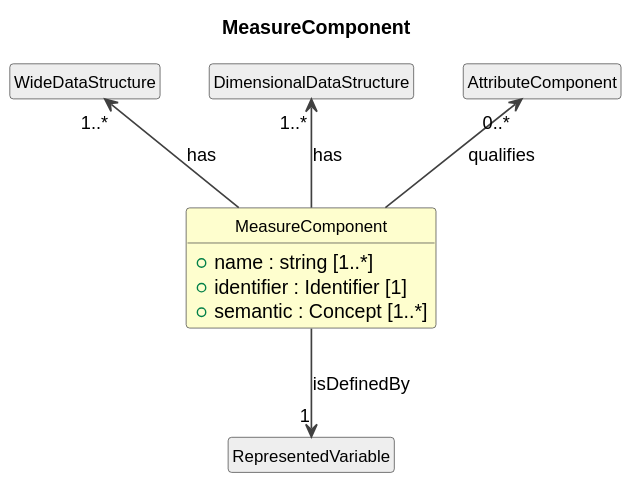
Earlier version of the PlantUML export cdif-uml-model/_plantuml/cdifDataStructure/Classes/MeasureComponent.svg (Cross-Domain-Interoperability-Framework/metadataBuildingBlocks).
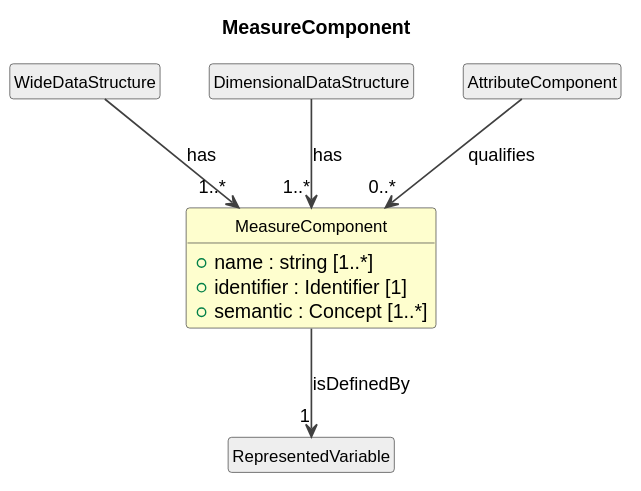
After the commit.

What changed in the source:
```diff
@@ -16,11 +16,11 @@
   +semantic : Concept [1..*]
 }
 class "WideDataStructure" as WideDataStructure #EEEEEE
-WideDataStructure "1..*" <-- MeasureComponent : has
+WideDataStructure --> "1..*" MeasureComponent : has
 class "DimensionalDataStructure" as DimensionalDataStructure #EEEEEE
-DimensionalDataStructure "1..*" <-- MeasureComponent : has
+DimensionalDataStructure --> "1..*" MeasureComponent : has
 class "RepresentedVariable" as RepresentedVariable #EEEEEE
 MeasureComponent --> "1" RepresentedVariable : isDefinedBy
 class "AttributeComponent" as AttributeComponent #EEEEEE
-AttributeComponent "0..*" <-- MeasureComponent : qualifies
+AttributeComponent --> "0..*" MeasureComponent : qualifies
 @enduml
```
